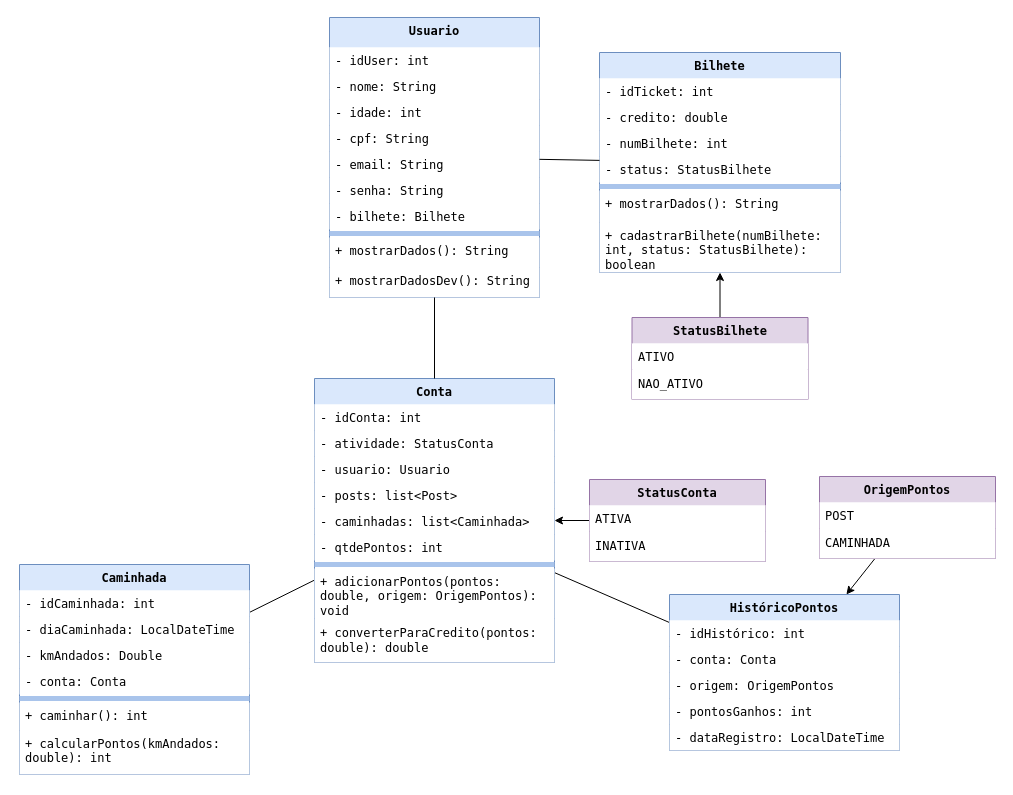
This is soulpass/java_soulpass_diagram.drawio from matheusfa08/soulpass_api, a draw.io file, before an edit. Source tidied: cells renumbered, new cells numbered last; positions are measured from the earlier drawing's top-left corner, leaving out a move shared by most shapes. Both pictures are drawn from the tidied source at 100%, with x=0, y=0 at pixel (19, 17).
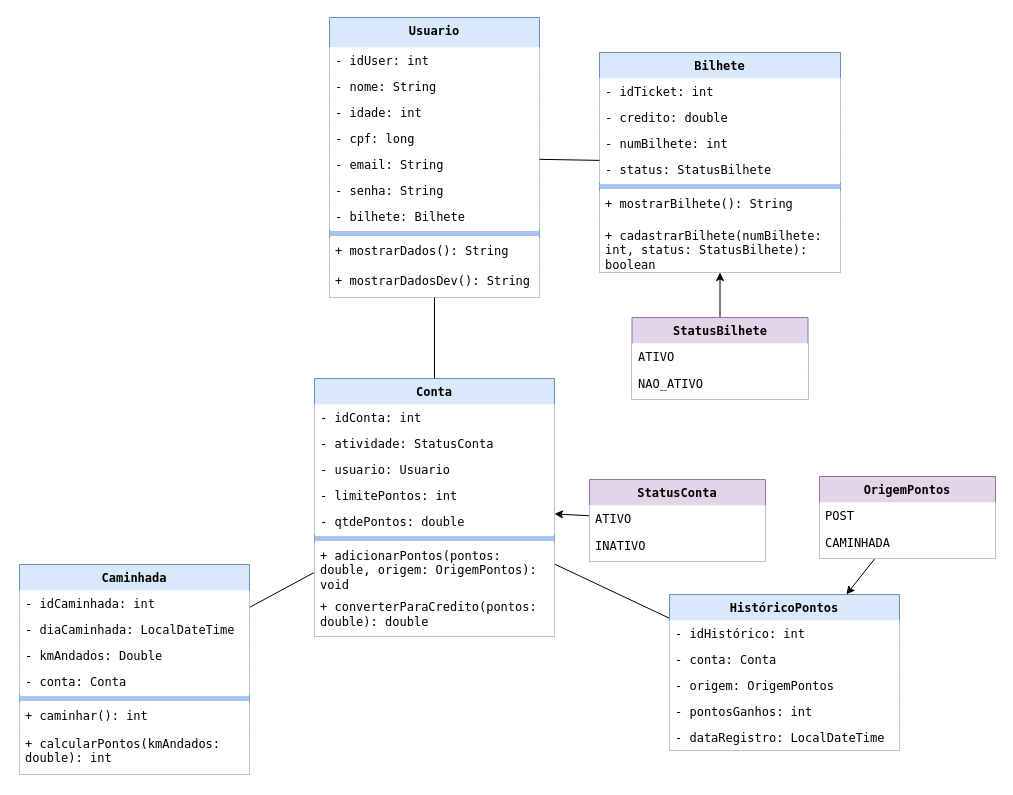
After the change.

Commit message (it also covers changes not shown here):
fix: Diagrama de classes atualizado e documentação atualizada

The change refers to these unchanged cells:
```xml
<mxCell id="2" value="Usuario" style="swimlane;fontStyle=1;align=center;verticalAlign=top;horizontal=1;startSize=30;whiteSpace=wrap;html=1;fillColor=#dae8fc;strokeColor=#6c8ebf;rounded=0;swimlaneLine=0;arcSize=50;glass=0;shadow=0;fontColor=#000000;fontFamily=Lucida Console;" parent="1" vertex="1">
  <mxGeometry x="310" width="210" height="280" as="geometry" />
</mxCell>
<mxCell id="29" value="Bilhete" style="swimlane;fontStyle=1;align=center;verticalAlign=top;horizontal=1;startSize=26;whiteSpace=wrap;html=1;fillColor=#dae8fc;strokeColor=#6c8ebf;rounded=0;swimlaneLine=0;fontColor=#000000;fontFamily=Lucida Console;" parent="1" vertex="1">
  <mxGeometry x="580" y="35" width="241" height="220" as="geometry" />
</mxCell>
<mxCell id="48" value="StatusConta" style="swimlane;fontStyle=1;align=center;verticalAlign=top;horizontal=1;startSize=26;whiteSpace=wrap;html=1;fillColor=#e1d5e7;strokeColor=#9673a6;swimlaneLine=0;fontColor=#000000;fontFamily=Lucida Console;" parent="1" vertex="1">
  <mxGeometry x="570" y="462" width="176" height="82" as="geometry" />
</mxCell>
```

Diff of the diagram source:
```diff
@@
-    <mxCell id="6" value="- cpf: String" style="text;strokeColor=none;fillColor=#FFFFFF;align=left;verticalAlign=top;spacingLeft=4;spacingRight=4;overflow=hidden;whiteSpace=wrap;html=1;fontColor=#000000;fontFamily=Lucida Console;" parent="2" vertex="1">
+    <mxCell id="6" value="- cpf: long" style="text;strokeColor=none;fillColor=#FFFFFF;align=left;verticalAlign=top;spacingLeft=4;spacingRight=4;overflow=hidden;whiteSpace=wrap;html=1;fontColor=#000000;fontFamily=Lucida Console;" parent="2" vertex="1">
       <mxGeometry y="108" width="210" height="26" as="geometry" />
     </mxCell>
@@
     <mxCell id="15" value="Conta" style="swimlane;fontStyle=1;align=center;verticalAlign=top;horizontal=1;startSize=26;whiteSpace=wrap;html=1;fillColor=#dae8fc;strokeColor=#6c8ebf;shadow=0;swimlaneLine=0;rounded=0;fontColor=#000000;fontFamily=Lucida Console;" parent="1" vertex="1">
-      <mxGeometry x="295" y="361" width="240" height="284" as="geometry" />
+      <mxGeometry x="295" y="361" width="240" height="258" as="geometry" />
     </mxCell>
@@
-    <mxCell id="19" value="- posts: list&amp;lt;Post&amp;gt;" style="text;align=left;verticalAlign=top;spacingLeft=4;spacingRight=4;overflow=hidden;whiteSpace=wrap;html=1;glass=0;fillColor=#FFFFFF;fontColor=#000000;strokeColor=none;fontFamily=Lucida Console;" parent="15" vertex="1">
-      <mxGeometry y="104" width="240" height="26" as="geometry" />
-    </mxCell>
-    <mxCell id="20" value="- caminhadas: list&amp;lt;Caminhada&amp;gt;" style="text;align=left;verticalAlign=top;spacingLeft=4;spacingRight=4;overflow=hidden;whiteSpace=wrap;html=1;glass=0;fillColor=#FFFFFF;fontColor=#000000;strokeColor=none;fontFamily=Lucida Console;" parent="15" vertex="1">
-      <mxGeometry y="130" width="240" height="26" as="geometry" />
+    <mxCell id="20" value="- limitePontos: int" style="text;align=left;verticalAlign=top;spacingLeft=4;spacingRight=4;overflow=hidden;whiteSpace=wrap;html=1;glass=0;fillColor=#FFFFFF;fontColor=#000000;strokeColor=none;fontFamily=Lucida Console;" parent="15" vertex="1">
+      <mxGeometry y="104" width="240" height="26" as="geometry" />
     </mxCell>
-    <mxCell id="21" value="- qtdePontos: int" style="text;strokeColor=none;fillColor=#FFFFFF;align=left;verticalAlign=top;spacingLeft=4;spacingRight=4;overflow=hidden;whiteSpace=wrap;html=1;fontColor=#000000;fontFamily=Lucida Console;" parent="15" vertex="1">
-      <mxGeometry y="156" width="240" height="26" as="geometry" />
+    <mxCell id="21" value="- qtdePontos: double" style="text;strokeColor=none;fillColor=#FFFFFF;align=left;verticalAlign=top;spacingLeft=4;spacingRight=4;overflow=hidden;whiteSpace=wrap;html=1;fontColor=#000000;fontFamily=Lucida Console;" parent="15" vertex="1">
+      <mxGeometry y="130" width="240" height="26" as="geometry" />
     </mxCell>
     <mxCell id="22" style="line;strokeWidth=5;fillColor=none;align=left;verticalAlign=middle;spacingTop=-1;spacingLeft=3;spacingRight=3;labelPosition=right;strokeColor=#A9C4EB;" parent="15" vertex="1">
-      <mxGeometry y="182" width="240" height="8" as="geometry" />
+      <mxGeometry y="156" width="240" height="8" as="geometry" />
     </mxCell>
     <mxCell id="23" value="+ adicionarPontos(pontos: double, origem: OrigemPontos): void" style="text;strokeColor=none;fillColor=#FFFFFF;align=left;verticalAlign=top;spacingLeft=4;spacingRight=4;overflow=hidden;whiteSpace=wrap;html=1;fontColor=#000000;fontFamily=Lucida Console;" parent="15" vertex="1">
-      <mxGeometry y="190" width="240" height="50" as="geometry" />
+      <mxGeometry y="164" width="240" height="50" as="geometry" />
     </mxCell>
     <mxCell id="24" value="+ converterParaCredito(pontos: double): double" style="text;strokeColor=none;fillColor=#FFFFFF;align=left;verticalAlign=middle;spacingLeft=4;spacingRight=4;overflow=hidden;whiteSpace=wrap;html=1;fontColor=#000000;fontFamily=Lucida Console;" parent="15" vertex="1">
-      <mxGeometry y="240" width="240" height="44" as="geometry" />
+      <mxGeometry y="214" width="240" height="44" as="geometry" />
     </mxCell>
@@
-    <mxCell id="35" value="+ mostrarDados(): String" style="text;strokeColor=none;fillColor=#FFFFFF;align=left;verticalAlign=top;spacingLeft=4;spacingRight=4;overflow=hidden;whiteSpace=wrap;html=1;fontColor=#000000;fontFamily=Lucida Console;" parent="29" vertex="1">
+    <mxCell id="35" value="+ mostrarBilhete(): String" style="text;strokeColor=none;fillColor=#FFFFFF;align=left;verticalAlign=top;spacingLeft=4;spacingRight=4;overflow=hidden;whiteSpace=wrap;html=1;fontColor=#000000;fontFamily=Lucida Console;" parent="29" vertex="1">
       <mxGeometry y="138" width="241" height="32" as="geometry" />
     </mxCell>
@@
-    <mxCell id="49" value="ATIVA" style="text;strokeColor=none;fillColor=#FFFFFF;align=left;verticalAlign=top;spacingLeft=4;spacingRight=4;overflow=hidden;whiteSpace=wrap;html=1;fontColor=#000000;fontFamily=Lucida Console;" parent="48" vertex="1">
+    <mxCell id="49" value="ATIVO" style="text;strokeColor=none;fillColor=#FFFFFF;align=left;verticalAlign=top;spacingLeft=4;spacingRight=4;overflow=hidden;whiteSpace=wrap;html=1;fontColor=#000000;fontFamily=Lucida Console;" parent="48" vertex="1">
       <mxGeometry y="26" width="176" height="26" as="geometry" />
     </mxCell>
-    <mxCell id="50" value="INATIVA" style="text;strokeColor=none;fillColor=#FFFFFF;align=left;verticalAlign=middle;spacingLeft=4;spacingRight=4;overflow=hidden;whiteSpace=wrap;html=1;fontColor=#000000;fontFamily=Lucida Console;" parent="48" vertex="1">
+    <mxCell id="50" value="INATIVO" style="text;strokeColor=none;fillColor=#FFFFFF;align=left;verticalAlign=middle;spacingLeft=4;spacingRight=4;overflow=hidden;whiteSpace=wrap;html=1;fontColor=#000000;fontFamily=Lucida Console;" parent="48" vertex="1">
       <mxGeometry y="52" width="176" height="30" as="geometry" />
     </mxCell>
```
